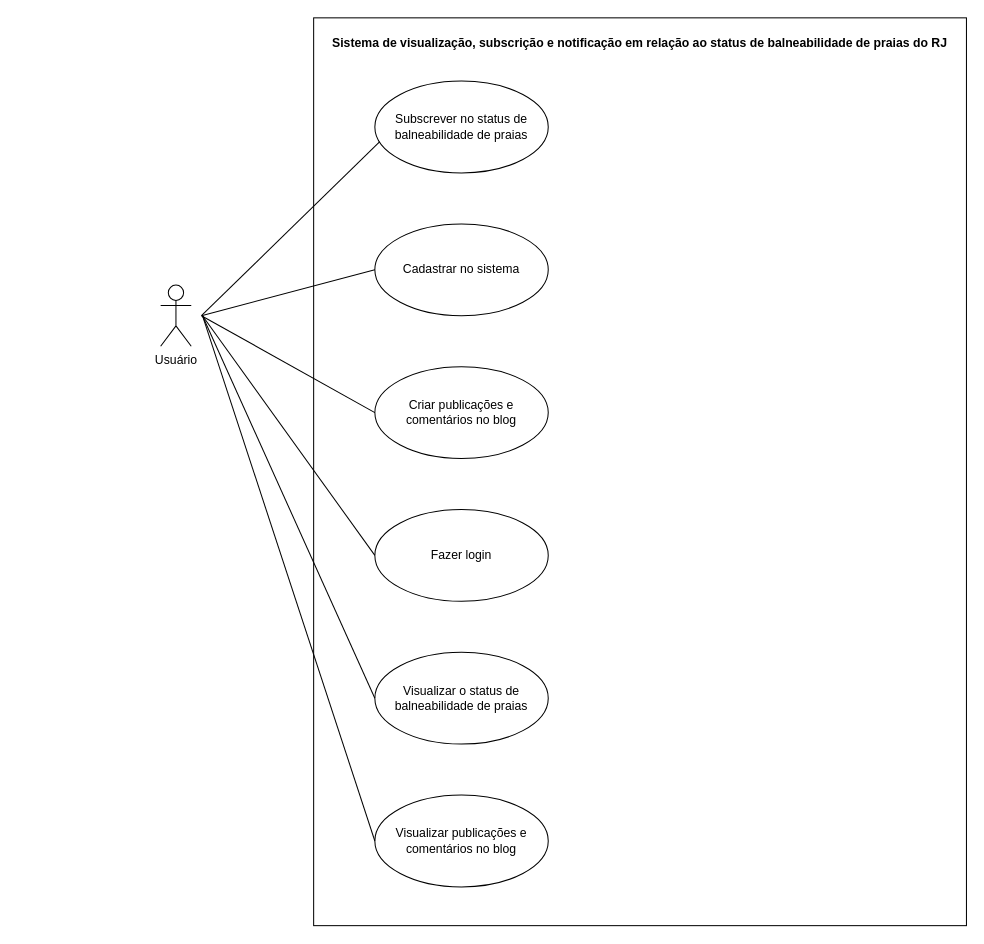
The draw.io diagram src/drawio/Diagrama de Caso de Uso.drawio in Hatz-D/Litoral-Puro-RJ, before the edit. Source tidied: cells renumbered, new cells numbered last; positions are measured from the earlier drawing's top-left corner, leaving out a move shared by most shapes. Both pictures are drawn from the tidied source at 102%, with x=0, y=0 at pixel (160, 17).
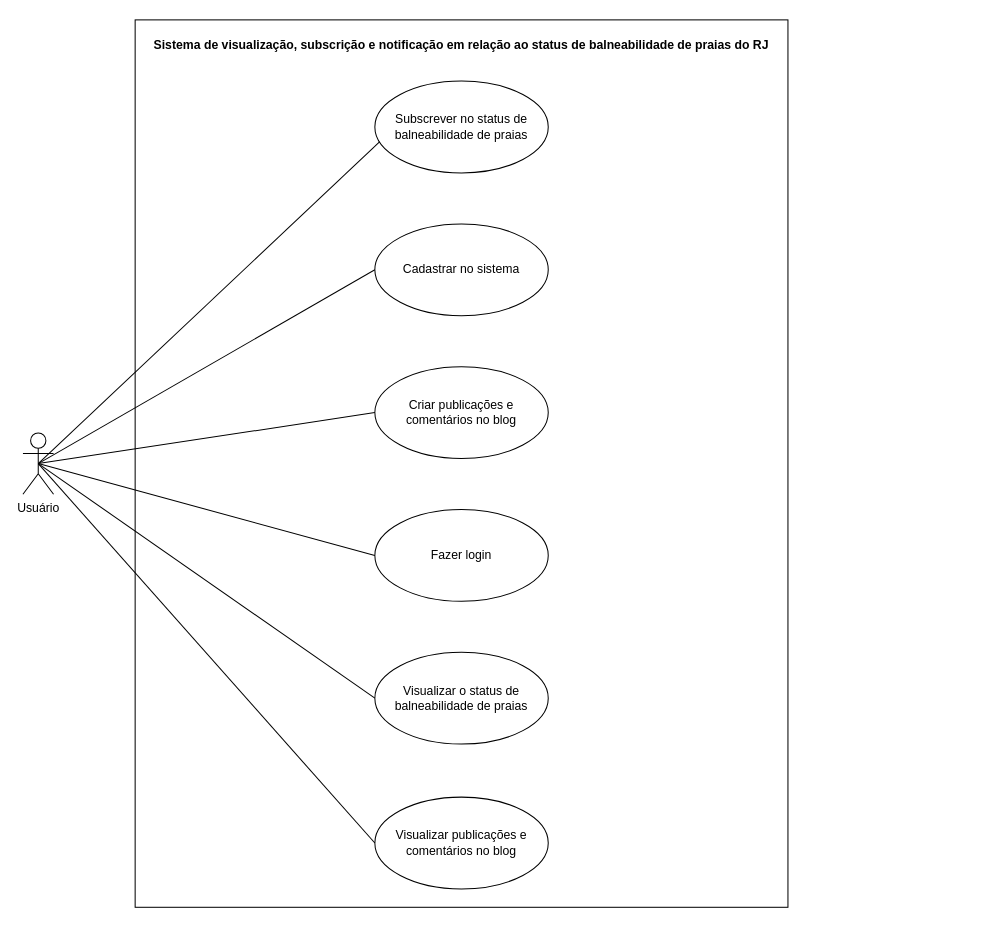
Above is the later version.

The change refers to these unchanged cells:
```xml
<mxCell id="4" value="Fazer login" style="ellipse;whiteSpace=wrap;html=1;" parent="1" vertex="1">
  <mxGeometry x="210" y="482" width="170" height="90" as="geometry" />
</mxCell>
<mxCell id="5" value="Subscrever no status de balneabilidade de praias" style="ellipse;whiteSpace=wrap;html=1;" parent="1" vertex="1">
  <mxGeometry x="210" y="62" width="170" height="90" as="geometry" />
</mxCell>
<mxCell id="7" value="Visualizar o status de balneabilidade de praias" style="ellipse;whiteSpace=wrap;html=1;" parent="1" vertex="1">
  <mxGeometry x="210" y="622" width="170" height="90" as="geometry" />
</mxCell>
<mxCell id="9" value="Cadastrar no sistema" style="ellipse;whiteSpace=wrap;html=1;" parent="1" vertex="1">
  <mxGeometry x="210" y="202" width="170" height="90" as="geometry" />
</mxCell>
<mxCell id="11" value="Criar publicações e comentários no blog" style="ellipse;whiteSpace=wrap;html=1;" parent="1" vertex="1">
  <mxGeometry x="210" y="342" width="170" height="90" as="geometry" />
</mxCell>
```

Diff of the diagram source:
```diff
@@
     <mxCell id="2" value="Usuário" style="shape=umlActor;verticalLabelPosition=bottom;verticalAlign=top;html=1;outlineConnect=0;" parent="1" vertex="1">
-      <mxGeometry y="262" width="30" height="60" as="geometry" />
+      <mxGeometry x="-135" y="407" width="30" height="60" as="geometry" />
     </mxCell>
     <mxCell id="3" style="rounded=0;whiteSpace=wrap;html=1;" parent="1" vertex="1">
-      <mxGeometry x="150" width="640" height="890" as="geometry" />
+      <mxGeometry x="-25" y="2" width="640" height="870" as="geometry" />
     </mxCell>
@@
     <mxCell id="6" value="&lt;b&gt;Sistema de visualização, subscrição e notificação em relação ao status de balneabilidade de praias do RJ&lt;/b&gt;" style="text;html=1;align=center;verticalAlign=middle;whiteSpace=wrap;rounded=0;" parent="1" vertex="1">
-      <mxGeometry x="167" y="10" width="605.9" height="30" as="geometry" />
+      <mxGeometry x="-8" y="12" width="605.9" height="30" as="geometry" />
     </mxCell>
@@
-    <mxCell id="8" style="endArrow=none;html=1;rounded=0;entryX=0.027;entryY=0.663;entryDx=0;entryDy=0;entryPerimeter=0;" parent="1" edge="1" target="5">
-      <mxGeometry relative="1" as="geometry">
-        <mxPoint x="40" y="292" as="sourcePoint" />
-      </mxGeometry>
+    <mxCell id="8" style="endArrow=none;html=1;rounded=0;entryX=0.027;entryY=0.663;entryDx=0;entryDy=0;entryPerimeter=0;exitX=0.5;exitY=0.5;exitDx=0;exitDy=0;exitPerimeter=0;" parent="1" edge="1" source="2" target="5">
+      <mxGeometry relative="1" as="geometry" />
     </mxCell>
@@
-    <mxCell id="10" style="endArrow=none;html=1;rounded=0;entryX=0;entryY=0.5;entryDx=0;entryDy=0;" parent="1" edge="1" target="9">
-      <mxGeometry relative="1" as="geometry">
-        <mxPoint x="40" y="292" as="sourcePoint" />
-      </mxGeometry>
+    <mxCell id="10" style="endArrow=none;html=1;rounded=0;entryX=0;entryY=0.5;entryDx=0;entryDy=0;exitX=0.5;exitY=0.5;exitDx=0;exitDy=0;exitPerimeter=0;" parent="1" edge="1" source="2" target="9">
+      <mxGeometry relative="1" as="geometry" />
     </mxCell>
@@
-    <mxCell id="12" style="endArrow=none;html=1;rounded=0;entryX=0;entryY=0.5;entryDx=0;entryDy=0;" parent="1" edge="1" target="11">
-      <mxGeometry relative="1" as="geometry">
-        <mxPoint x="40" y="292" as="sourcePoint" />
-      </mxGeometry>
+    <mxCell id="12" style="endArrow=none;html=1;rounded=0;entryX=0;entryY=0.5;entryDx=0;entryDy=0;exitX=0.5;exitY=0.5;exitDx=0;exitDy=0;exitPerimeter=0;" parent="1" edge="1" source="2" target="11">
+      <mxGeometry relative="1" as="geometry" />
     </mxCell>
     <mxCell id="13" value="Visualizar publicações e comentários no blog" style="ellipse;whiteSpace=wrap;html=1;" parent="1" vertex="1">
-      <mxGeometry x="210" y="762" width="170" height="90" as="geometry" />
+      <mxGeometry x="210" y="764" width="170" height="90" as="geometry" />
     </mxCell>
-    <mxCell id="14" style="endArrow=none;html=1;rounded=0;entryX=0;entryY=0.5;entryDx=0;entryDy=0;" parent="1" edge="1" target="7">
-      <mxGeometry relative="1" as="geometry">
-        <mxPoint x="41" y="292" as="sourcePoint" />
-      </mxGeometry>
+    <mxCell id="14" style="endArrow=none;html=1;rounded=0;entryX=0;entryY=0.5;entryDx=0;entryDy=0;exitX=0.5;exitY=0.5;exitDx=0;exitDy=0;exitPerimeter=0;" parent="1" edge="1" source="2" target="7">
+      <mxGeometry relative="1" as="geometry" />
     </mxCell>
-    <mxCell id="15" style="endArrow=none;html=1;rounded=0;entryX=0;entryY=0.5;entryDx=0;entryDy=0;" parent="1" edge="1" target="4">
-      <mxGeometry relative="1" as="geometry">
-        <mxPoint x="41" y="292" as="sourcePoint" />
-      </mxGeometry>
+    <mxCell id="15" style="endArrow=none;html=1;rounded=0;entryX=0;entryY=0.5;entryDx=0;entryDy=0;exitX=0.5;exitY=0.5;exitDx=0;exitDy=0;exitPerimeter=0;" parent="1" edge="1" source="2" target="4">
+      <mxGeometry relative="1" as="geometry" />
     </mxCell>
-    <mxCell id="16" style="endArrow=none;html=1;rounded=0;entryX=0;entryY=0.5;entryDx=0;entryDy=0;" parent="1" edge="1" target="13">
-      <mxGeometry relative="1" as="geometry">
-        <mxPoint x="41" y="292" as="sourcePoint" />
-      </mxGeometry>
+    <mxCell id="16" style="endArrow=none;html=1;rounded=0;entryX=0;entryY=0.5;entryDx=0;entryDy=0;exitX=0.5;exitY=0.5;exitDx=0;exitDy=0;exitPerimeter=0;" parent="1" edge="1" source="2" target="13">
+      <mxGeometry relative="1" as="geometry" />
     </mxCell>
```
